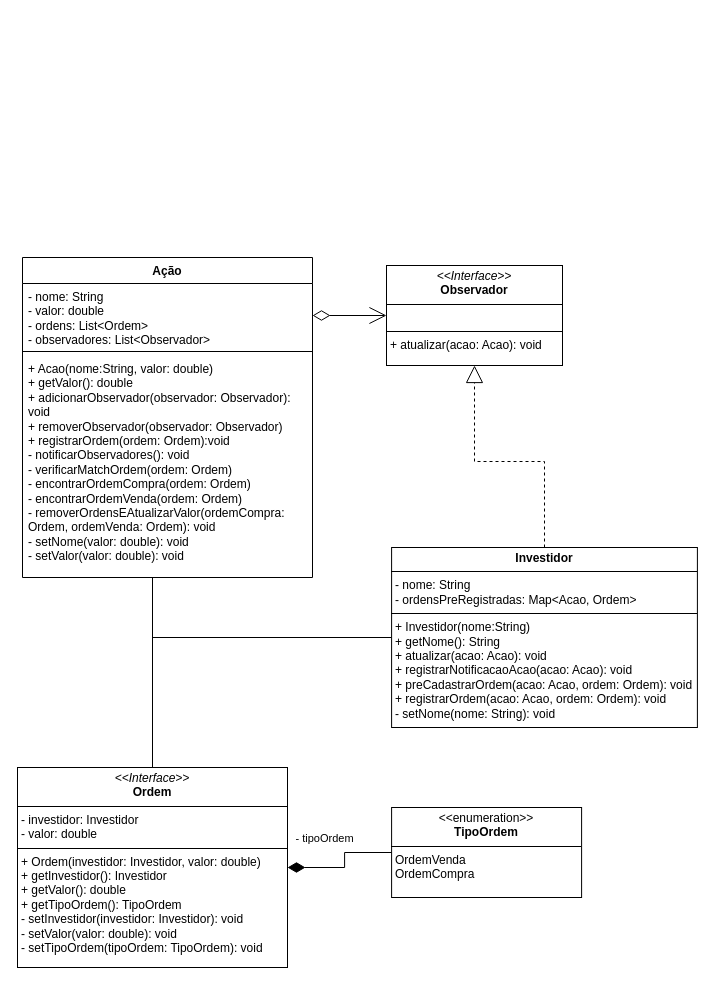
Before: problema2/src/main/java/com/analisealgoritmos/assets/trabalho 1- problema 2.drawio in joaolavina/AnaliseAlgoritmos, a draw.io diagram. Source tidied: cells renumbered, new cells numbered last; positions are measured from the earlier drawing's top-left corner, leaving out a move shared by most shapes. Both pictures are drawn from the tidied source at 100%, with x=0, y=0 at pixel (17, 257).
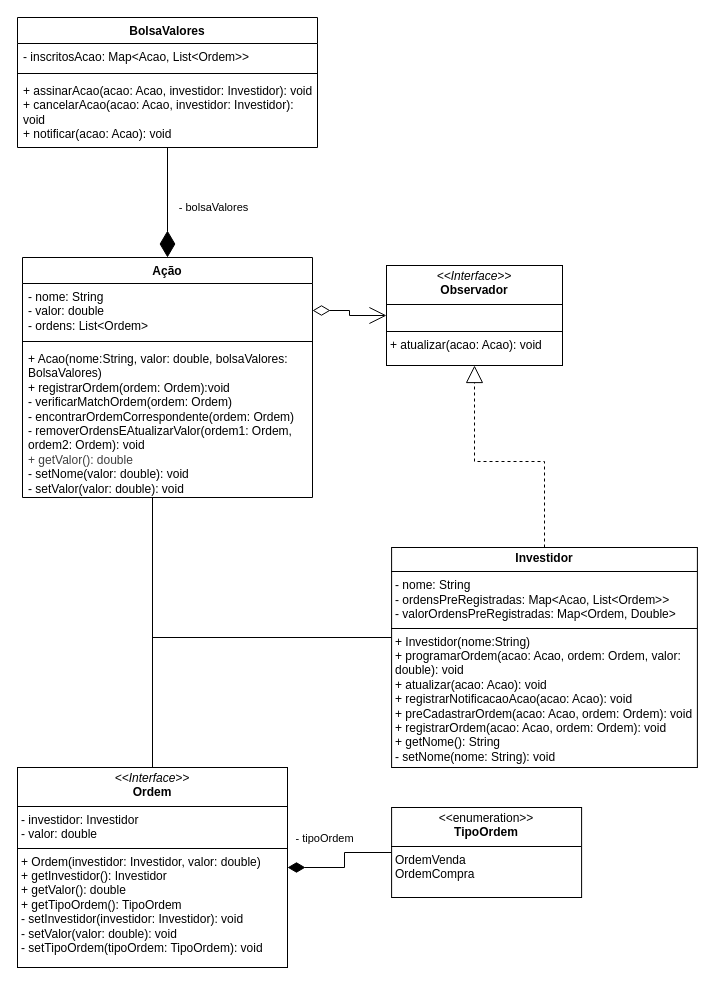
After the change.

Commit message (it also covers changes not shown here):
Diagrama e EventManager

The change refers to these unchanged cells:
```xml
<mxCell id="12" value="&lt;p style=&quot;margin:0px;margin-top:4px;text-align:center;&quot;&gt;&lt;i&gt;&amp;lt;&amp;lt;Interface&amp;gt;&amp;gt;&lt;/i&gt;&lt;br&gt;&lt;b&gt;Ordem&lt;/b&gt;&lt;/p&gt;&lt;hr size=&quot;1&quot; style=&quot;border-style:solid;&quot;&gt;&lt;p style=&quot;margin:0px;margin-left:4px;&quot;&gt;- investidor: Investidor&lt;/p&gt;&lt;p style=&quot;margin:0px;margin-left:4px;&quot;&gt;&lt;span style=&quot;background-color: transparent; color: light-dark(rgb(0, 0, 0), rgb(255, 255, 255));&quot;&gt;- valor: double&lt;/span&gt;&lt;br&gt;&lt;/p&gt;&lt;hr size=&quot;1&quot; style=&quot;border-style:solid;&quot;&gt;&lt;p style=&quot;margin:0px;margin-left:4px;&quot;&gt;+ Ordem(investidor: Investidor, valor: double)&lt;/p&gt;&lt;p style=&quot;margin:0px;margin-left:4px;&quot;&gt;+ getInvestidor(): Investidor&lt;/p&gt;&lt;p style=&quot;margin:0px;margin-left:4px;&quot;&gt;+ getValor(): double&lt;/p&gt;&lt;p style=&quot;margin:0px;margin-left:4px;&quot;&gt;+ getTipoOrdem(): TipoOrdem&lt;/p&gt;&lt;p style=&quot;margin: 0px 0px 0px 4px;&quot;&gt;- setInvestidor(investidor: Investidor): void&lt;/p&gt;&lt;p style=&quot;margin: 0px 0px 0px 4px;&quot;&gt;- setValor(valor: double): void&lt;/p&gt;&lt;p style=&quot;margin: 0px 0px 0px 4px;&quot;&gt;- setTipoOrdem(tipoOrdem: TipoOrdem): void&lt;/p&gt;" style="verticalAlign=top;align=left;overflow=fill;html=1;whiteSpace=wrap;" parent="1" vertex="1">
  <mxGeometry y="510" width="270" height="200" as="geometry" />
</mxCell>
<mxCell id="13" value="&lt;p style=&quot;margin:0px;margin-top:4px;text-align:center;&quot;&gt;&amp;lt;&amp;lt;enumeration&amp;gt;&amp;gt;&lt;br&gt;&lt;b&gt;TipoOrdem&lt;/b&gt;&lt;/p&gt;&lt;hr size=&quot;1&quot; style=&quot;border-style:solid;&quot;&gt;&lt;p style=&quot;margin:0px;margin-left:4px;&quot;&gt;OrdemVenda&lt;/p&gt;&lt;p style=&quot;margin:0px;margin-left:4px;&quot;&gt;OrdemCompra&lt;/p&gt;" style="verticalAlign=top;align=left;overflow=fill;html=1;whiteSpace=wrap;" parent="1" vertex="1">
  <mxGeometry x="374.1" y="550" width="190" height="90" as="geometry" />
</mxCell>
```

The edit, as a diff of the source:
```diff
@@
     <mxCell id="2" value="Ação" style="swimlane;fontStyle=1;align=center;verticalAlign=top;horizontal=1;startSize=26;whiteSpace=wrap;html=1;" parent="1" vertex="1">
-      <mxGeometry x="5" width="290" height="320" as="geometry" />
+      <mxGeometry x="5" width="290" height="240" as="geometry" />
     </mxCell>
-    <mxCell id="3" value="- nome: String&lt;div&gt;- valor: double&lt;/div&gt;&lt;div&gt;&lt;span style=&quot;background-color: transparent; color: light-dark(rgb(0, 0, 0), rgb(255, 255, 255));&quot;&gt;- ordens: List&amp;lt;Ordem&amp;gt;&lt;/span&gt;&lt;/div&gt;&lt;div&gt;&lt;div&gt;- observadores: List&amp;lt;Observador&amp;gt;&lt;/div&gt;&lt;/div&gt;" style="text;strokeColor=none;fillColor=none;align=left;verticalAlign=top;spacingLeft=4;spacingRight=4;overflow=hidden;points=[[0,0.5],[1,0.5]];portConstraint=eastwest;whiteSpace=wrap;html=1;" parent="2" vertex="1">
-      <mxGeometry y="26" width="290" height="64" as="geometry" />
+    <mxCell id="3" value="- nome: String&lt;div&gt;- valor: double&lt;/div&gt;&lt;div&gt;&lt;span style=&quot;background-color: transparent; color: light-dark(rgb(0, 0, 0), rgb(255, 255, 255));&quot;&gt;- ordens: List&amp;lt;Ordem&amp;gt;&lt;/span&gt;&lt;/div&gt;" style="text;strokeColor=none;fillColor=none;align=left;verticalAlign=top;spacingLeft=4;spacingRight=4;overflow=hidden;points=[[0,0.5],[1,0.5]];portConstraint=eastwest;whiteSpace=wrap;html=1;" parent="2" vertex="1">
+      <mxGeometry y="26" width="290" height="54" as="geometry" />
     </mxCell>
     <mxCell id="4" style="line;strokeWidth=1;fillColor=none;align=left;verticalAlign=middle;spacingTop=-1;spacingLeft=3;spacingRight=3;labelPosition=right;strokeColor=inherit;" parent="2" vertex="1">
-      <mxGeometry y="90" width="290" height="8" as="geometry" />
+      <mxGeometry y="80" width="290" height="8" as="geometry" />
     </mxCell>
-    <mxCell id="5" value="&lt;div&gt;+ Acao(nome:String, valor: double)&lt;/div&gt;&lt;div&gt;+ getValor(): double&lt;/div&gt;+ adicionarObservador(observador: Observador): void&lt;div&gt;+ remover&lt;span style=&quot;background-color: transparent; color: light-dark(rgb(0, 0, 0), rgb(255, 255, 255));&quot;&gt;Observador&lt;/span&gt;&lt;span style=&quot;background-color: transparent; color: light-dark(rgb(0, 0, 0), rgb(255, 255, 255));&quot;&gt;(o&lt;/span&gt;bservador&lt;span style=&quot;background-color: transparent; color: light-dark(rgb(0, 0, 0), rgb(255, 255, 255));&quot;&gt;:&amp;nbsp;&lt;/span&gt;Observador&lt;span style=&quot;background-color: transparent; color: light-dark(rgb(0, 0, 0), rgb(255, 255, 255));&quot;&gt;)&lt;/span&gt;&lt;/div&gt;&lt;div&gt;+ registrarOrdem(ordem: Ordem):void&lt;/div&gt;&lt;div&gt;- notificarObservadores(): void&lt;/div&gt;&lt;div&gt;&lt;span style=&quot;background-color: transparent; color: light-dark(rgb(0, 0, 0), rgb(255, 255, 255));&quot;&gt;- verificarMatchOrdem(ordem: Ordem)&lt;/span&gt;&lt;/div&gt;&lt;div&gt;&lt;span style=&quot;background-color: transparent; color: light-dark(rgb(0, 0, 0), rgb(255, 255, 255));&quot;&gt;- encontrarOrdemCompra(ordem: Ordem)&lt;/span&gt;&lt;/div&gt;&lt;div&gt;&lt;span style=&quot;background-color: transparent; color: light-dark(rgb(0, 0, 0), rgb(255, 255, 255));&quot;&gt;- encontrarOrdemVenda(ordem: Ordem)&lt;/span&gt;&lt;/div&gt;&lt;div&gt;&lt;span style=&quot;background-color: transparent; color: light-dark(rgb(0, 0, 0), rgb(255, 255, 255));&quot;&gt;-&amp;nbsp;&lt;/span&gt;&lt;span style=&quot;background-color: transparent;&quot;&gt;removerOrdensEAtualizarValor(ordemCompra: Ordem, ordemVenda: Ordem): void&lt;/span&gt;&lt;/div&gt;&lt;div&gt;&lt;span style=&quot;background-color: transparent;&quot;&gt;- setNome(valor: double): void&lt;/span&gt;&lt;/div&gt;&lt;div&gt;&lt;div&gt;- setValor(valor: double): vo&lt;span style=&quot;background-color: transparent; color: light-dark(rgb(0, 0, 0), rgb(255, 255, 255));&quot;&gt;id&lt;/span&gt;&lt;/div&gt;&lt;/div&gt;" style="text;strokeColor=none;fillColor=none;align=left;verticalAlign=top;spacingLeft=4;spacingRight=4;overflow=hidden;points=[[0,0.5],[1,0.5]];portConstraint=eastwest;whiteSpace=wrap;html=1;" parent="2" vertex="1">
-      <mxGeometry y="98" width="290" height="222" as="geometry" />
+    <mxCell id="5" value="&lt;div&gt;+ Acao(nome:String, valor: double, bolsaValores: BolsaValores)&lt;/div&gt;&lt;div&gt;+ registrarOrdem(ordem: Ordem):void&lt;/div&gt;&lt;div&gt;&lt;span style=&quot;background-color: transparent; color: light-dark(rgb(0, 0, 0), rgb(255, 255, 255));&quot;&gt;- verificarMatchOrdem(ordem: Ordem)&lt;/span&gt;&lt;/div&gt;&lt;div&gt;&lt;span style=&quot;background-color: transparent; color: light-dark(rgb(0, 0, 0), rgb(255, 255, 255));&quot;&gt;- encontrarOrdemCorrespondente(ordem: Ordem)&lt;/span&gt;&lt;/div&gt;&lt;div&gt;&lt;span style=&quot;background-color: transparent; color: light-dark(rgb(0, 0, 0), rgb(255, 255, 255));&quot;&gt;-&amp;nbsp;&lt;/span&gt;&lt;span style=&quot;background-color: transparent;&quot;&gt;removerOrdensEAtualizarValor(ordem1: Ordem, ordem2: Ordem): void&lt;/span&gt;&lt;/div&gt;&lt;div&gt;&lt;span style=&quot;color: rgb(63, 63, 63);&quot;&gt;+ getValor(): double&lt;/span&gt;&lt;span style=&quot;background-color: transparent;&quot;&gt;&lt;br&gt;&lt;/span&gt;&lt;/div&gt;&lt;div&gt;&lt;span style=&quot;background-color: transparent;&quot;&gt;- setNome(valor: double): void&lt;/span&gt;&lt;/div&gt;&lt;div&gt;&lt;div&gt;- setValor(valor: double): vo&lt;span style=&quot;background-color: transparent; color: light-dark(rgb(0, 0, 0), rgb(255, 255, 255));&quot;&gt;id&lt;/span&gt;&lt;/div&gt;&lt;/div&gt;" style="text;strokeColor=none;fillColor=none;align=left;verticalAlign=top;spacingLeft=4;spacingRight=4;overflow=hidden;points=[[0,0.5],[1,0.5]];portConstraint=eastwest;whiteSpace=wrap;html=1;" parent="2" vertex="1">
+      <mxGeometry y="88" width="290" height="152" as="geometry" />
     </mxCell>
@@
-    <mxCell id="8" value="&lt;p style=&quot;margin:0px;margin-top:4px;text-align:center;&quot;&gt;&lt;b&gt;Investidor&lt;/b&gt;&lt;/p&gt;&lt;hr size=&quot;1&quot; style=&quot;border-style:solid;&quot;&gt;&lt;p style=&quot;margin:0px;margin-left:4px;&quot;&gt;- nome: String&lt;/p&gt;&lt;p style=&quot;margin:0px;margin-left:4px;&quot;&gt;- ordensPreRegistradas: Map&amp;lt;Acao, Ordem&amp;gt;&lt;/p&gt;&lt;hr size=&quot;1&quot; style=&quot;border-style:solid;&quot;&gt;&lt;p style=&quot;margin: 0px 0px 0px 4px;&quot;&gt;+ Investidor(nome:String)&lt;/p&gt;&lt;p style=&quot;margin: 0px 0px 0px 4px;&quot;&gt;+ getNome(): String&lt;/p&gt;&lt;p style=&quot;margin: 0px 0px 0px 4px;&quot;&gt;+ atualizar(acao: Acao): void&lt;/p&gt;&lt;p style=&quot;margin: 0px 0px 0px 4px;&quot;&gt;+ registrarNotificacaoAcao(acao: Acao): void&lt;/p&gt;&lt;p style=&quot;margin: 0px 0px 0px 4px;&quot;&gt;+ preCadastrarOrdem(acao: Acao, ordem: Ordem): void&lt;/p&gt;&lt;p style=&quot;margin: 0px 0px 0px 4px;&quot;&gt;+ registrarOrdem(acao: Acao, ordem: Ordem): void&lt;/p&gt;&lt;p style=&quot;margin: 0px 0px 0px 4px;&quot;&gt;- setNome(nome: String): void&lt;/p&gt;" style="verticalAlign=top;align=left;overflow=fill;html=1;whiteSpace=wrap;" parent="1" vertex="1">
-      <mxGeometry x="374.1" y="290" width="305.8" height="180" as="geometry" />
+    <mxCell id="8" value="&lt;p style=&quot;margin:0px;margin-top:4px;text-align:center;&quot;&gt;&lt;b&gt;Investidor&lt;/b&gt;&lt;/p&gt;&lt;hr size=&quot;1&quot; style=&quot;border-style:solid;&quot;&gt;&lt;p style=&quot;margin:0px;margin-left:4px;&quot;&gt;- nome: String&lt;/p&gt;&lt;p style=&quot;margin:0px;margin-left:4px;&quot;&gt;- ordensPreRegistradas: Map&amp;lt;Acao, List&amp;lt;Ordem&amp;gt;&amp;gt;&lt;br&gt;- valorOrdensPreRegistradas: Map&amp;lt;Ordem, Double&amp;gt;&lt;/p&gt;&lt;hr size=&quot;1&quot; style=&quot;border-style:solid;&quot;&gt;&lt;p style=&quot;margin: 0px 0px 0px 4px;&quot;&gt;+ Investidor(nome:String)&lt;/p&gt;&lt;p style=&quot;margin: 0px 0px 0px 4px;&quot;&gt;+ programarOrdem(acao: Acao, ordem: Ordem, valor: double): void&lt;/p&gt;&lt;p style=&quot;margin: 0px 0px 0px 4px;&quot;&gt;&lt;span style=&quot;background-color: transparent;&quot;&gt;+ atualizar(acao: Acao): void&lt;/span&gt;&lt;/p&gt;&lt;p style=&quot;margin: 0px 0px 0px 4px;&quot;&gt;+ registrarNotificacaoAcao(acao: Acao): void&lt;/p&gt;&lt;p style=&quot;margin: 0px 0px 0px 4px;&quot;&gt;+ preCadastrarOrdem(acao: Acao, ordem: Ordem): void&lt;/p&gt;&lt;p style=&quot;margin: 0px 0px 0px 4px;&quot;&gt;+ registrarOrdem(acao: Acao, ordem: Ordem): void&lt;/p&gt;&lt;p style=&quot;margin: 0px 0px 0px 4px;&quot;&gt;+&amp;nbsp;&lt;span style=&quot;background-color: transparent;&quot;&gt;getNome(): String&lt;/span&gt;&lt;/p&gt;&lt;p style=&quot;margin: 0px 0px 0px 4px;&quot;&gt;- setNome(nome: String): void&lt;/p&gt;" style="verticalAlign=top;align=left;overflow=fill;html=1;whiteSpace=wrap;" parent="1" vertex="1">
+      <mxGeometry x="374.1" y="290" width="305.8" height="220" as="geometry" />
     </mxCell>
@@
     <mxCell id="14" style="edgeStyle=orthogonalEdgeStyle;rounded=0;jettySize=auto;html=1;endArrow=diamondThin;endFill=1;endSize=15;" parent="1" edge="1" source="13" target="12">
-      <mxGeometry relative="1" as="geometry" />
+      <mxGeometry relative="1" as="geometry">
+        <Array as="points">
+          <mxPoint x="327" y="595" />
+          <mxPoint x="327" y="610" />
+        </Array>
+      </mxGeometry>
     </mxCell>
@@
+    <mxCell id="16" value="BolsaValores" style="swimlane;fontStyle=1;align=center;verticalAlign=top;horizontal=1;startSize=26;whiteSpace=wrap;html=1;" parent="1" vertex="1">
+      <mxGeometry y="-240" width="300" height="130" as="geometry" />
+    </mxCell>
+    <mxCell id="17" value="- inscritosAcao: Map&amp;lt;Acao, List&amp;lt;Ordem&amp;gt;&amp;gt;" style="text;strokeColor=none;fillColor=none;align=left;verticalAlign=top;spacingLeft=4;spacingRight=4;overflow=hidden;whiteSpace=wrap;html=1;" parent="16" vertex="1">
+      <mxGeometry y="26" width="300" height="26" as="geometry" />
+    </mxCell>
+    <mxCell id="18" style="line;strokeWidth=1;fillColor=none;align=left;verticalAlign=middle;spacingTop=-1;spacingLeft=3;spacingRight=3;labelPosition=right;strokeColor=inherit;" parent="16" vertex="1">
+      <mxGeometry y="52" width="300" height="8" as="geometry" />
+    </mxCell>
+    <mxCell id="19" value="+ assinarAcao(acao: Acao, investidor: Investidor): void&lt;br&gt;+ cancelarAcao(acao: Acao, investidor: Investidor): void&lt;br&gt;+ notificar(acao: Acao): void" style="text;strokeColor=none;fillColor=none;align=left;verticalAlign=top;spacingLeft=4;spacingRight=4;overflow=hidden;points=[[0,0.5],[1,0.5]];portConstraint=eastwest;whiteSpace=wrap;html=1;" parent="16" vertex="1">
+      <mxGeometry y="60" width="300" height="70" as="geometry" />
+    </mxCell>
+    <mxCell id="20" style="endArrow=diamondThin;endFill=1;endSize=24;html=1;entryX=0.5;entryY=0;entryDx=0;entryDy=0;exitX=0.5;exitY=0.994;exitDx=0;exitDy=0;exitPerimeter=0;" parent="1" edge="1" source="19" target="2">
+      <mxGeometry relative="1" as="geometry" />
+    </mxCell>
+    <mxCell id="21" value="- bolsaValores" style="edgeLabel;html=1;align=center;verticalAlign=middle;" parent="20" vertex="1">
+      <mxGeometry x="-0.14" y="-1" relative="1" as="geometry">
+        <mxPoint x="46" y="13" as="offset" />
+      </mxGeometry>
+    </mxCell>
```
